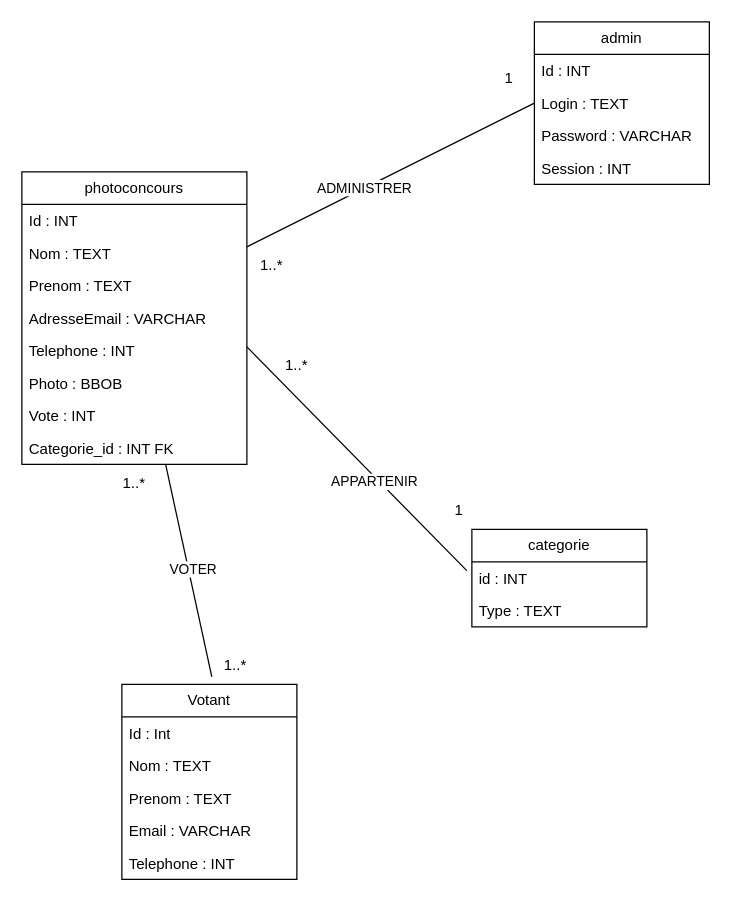
Above: Diagramme sans nom.drawio in Bastien64/StudioImageInConcoursV2 (draw.io), before the change. Source tidied: cells renumbered, new cells numbered last; positions are measured from the earlier drawing's top-left corner, leaving out a move shared by most shapes. Both pictures are drawn from the tidied source at 125%, with x=0, y=0 at pixel (21, 21).
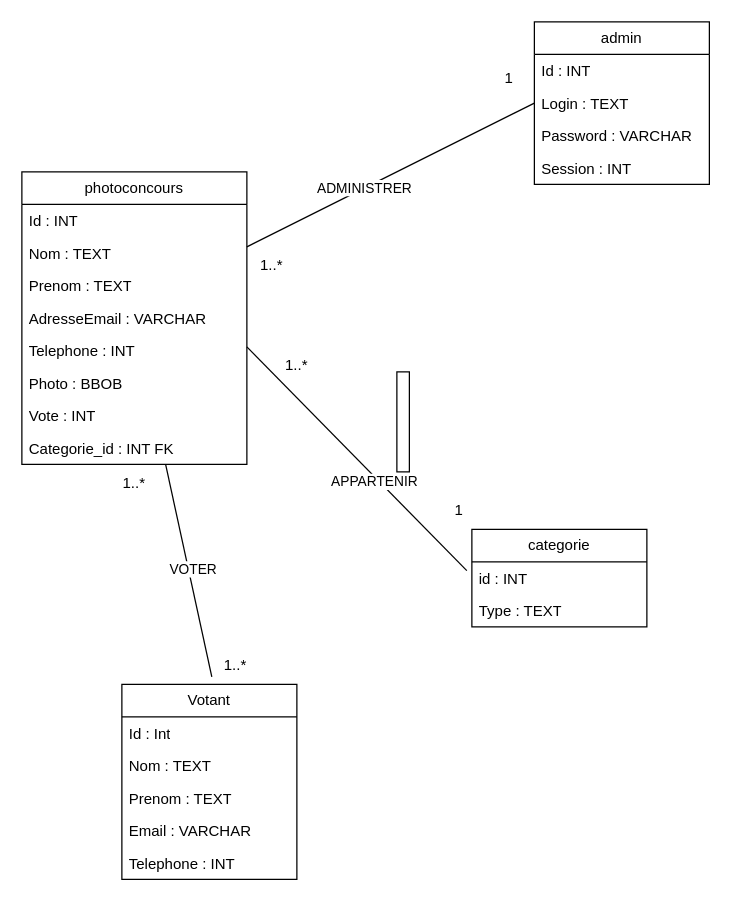
The same page after the edit.

Commit message:
Mettre à jour Diagramme sans nom.drawio

Change to the diagram source:
```diff
@@
+    <mxCell id="37" style="html=1;perimeter=orthogonalPerimeter;targetShapes=umlLifeline;newEdgeStyle={&quot;curved&quot;:0,&quot;rounded&quot;:0};" parent="1" vertex="1">
+      <mxGeometry x="300" y="280" width="10" height="80" as="geometry" />
+    </mxCell>
```
